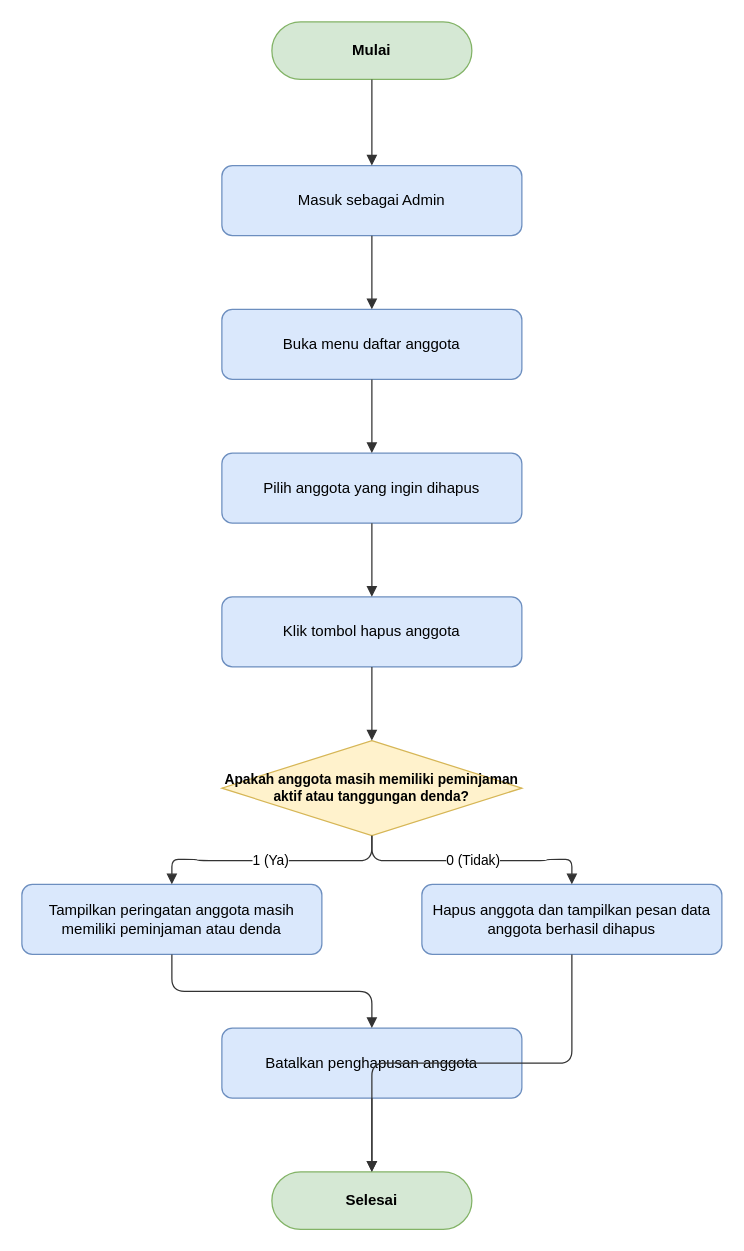
Above: docs/diagrams/flowchart/flowchart-deleteuser.drawio in dimstyle/ruang-baca (draw.io), before the change. Source tidied: cells renumbered, new cells numbered last; positions are measured from the earlier drawing's top-left corner, leaving out a move shared by most shapes. Both pictures are drawn from the tidied source at 125%, with x=0, y=0 at pixel (21, 21).
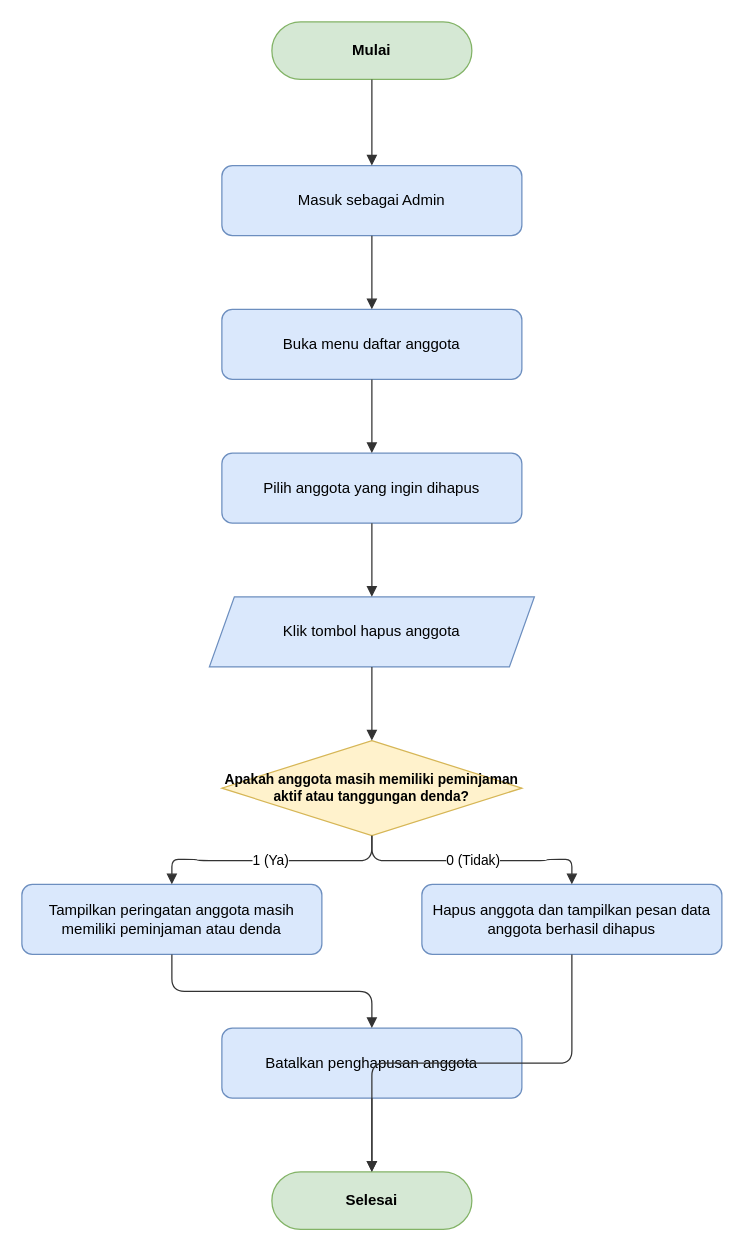
The same diagram, later.

Diff of the diagram source:
```diff
@@
-    <mxCell id="6" value="Klik tombol hapus anggota" style="rounded=1;whiteSpace=wrap;html=1;fillColor=#dae8fc;strokeColor=#6c8ebf;fontSize=12;" parent="1" vertex="1">
-      <mxGeometry x="160" y="460" width="240" height="56" as="geometry" />
+    <mxCell id="6" value="Klik tombol hapus anggota" style="shape=parallelogram;perimeter=parallelogramPerimeter;whiteSpace=wrap;html=1;fixedSize=1;fillColor=#dae8fc;strokeColor=#6c8ebf;fontSize=12;" parent="1" vertex="1">
+      <mxGeometry x="150" y="460" width="260" height="56" as="geometry" />
     </mxCell>
```
